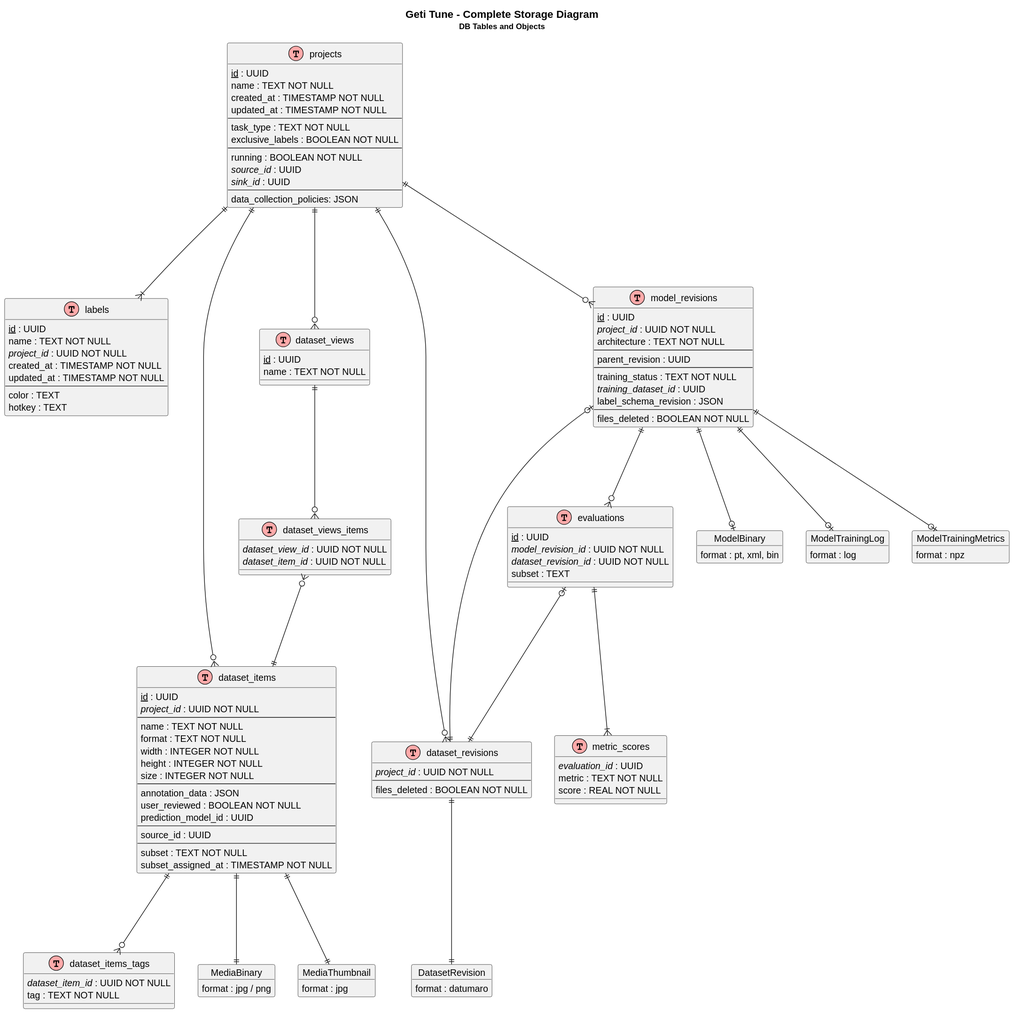
The PlantUML diagram docs/geti_tune/media/storage/full.svg in open-edge-platform/training_extensions, before a commit. Its diagram source:
```plantuml
@startuml
!define table(x) class x << (T,#FFAAAA) >>
!define pk(x) <u>x</u>
!define fk(x) <i>x</i>

title
<size:16><b>Geti Tune - Complete Storage Diagram</b></size>
<size:12>DB Tables and Objects</size>
end title


table(projects) {
  pk(id) : UUID
  name : TEXT NOT NULL
  created_at : TIMESTAMP NOT NULL
  updated_at : TIMESTAMP NOT NULL
  --
  task_type : TEXT NOT NULL
  exclusive_labels : BOOLEAN NOT NULL
  --
  running : BOOLEAN NOT NULL
  fk(source_id) : UUID
  fk(sink_id) : UUID
  --
  data_collection_policies: JSON
}

table(labels) {
  pk(id) : UUID
  name : TEXT NOT NULL
  fk(project_id) : UUID NOT NULL
  created_at : TIMESTAMP NOT NULL
  updated_at : TIMESTAMP NOT NULL
  ---
  color : TEXT
  hotkey : TEXT
}

table(dataset_items) {
  pk(id) : UUID
  fk(project_id) : UUID NOT NULL
  --
  name : TEXT NOT NULL
  format : TEXT NOT NULL
  width : INTEGER NOT NULL
  height : INTEGER NOT NULL
  size : INTEGER NOT NULL
  --
  annotation_data : JSON
  user_reviewed : BOOLEAN NOT NULL
  prediction_model_id : UUID
  --
  source_id : UUID
  --
  subset : TEXT NOT NULL
  subset_assigned_at : TIMESTAMP NOT NULL
}

table(dataset_items_tags) {
  fk(dataset_item_id) : UUID NOT NULL
  tag : TEXT NOT NULL
}

table(dataset_views) {
  pk(id) : UUID
  name : TEXT NOT NULL
}

table(dataset_views_items) {
  fk(dataset_view_id) : UUID NOT NULL
  fk(dataset_item_id) : UUID NOT NULL
}

table(dataset_revisions) {
  fk(project_id) : UUID NOT NULL
  --
  files_deleted : BOOLEAN NOT NULL
}

table(model_revisions) {
  pk(id) : UUID
  fk(project_id) : UUID NOT NULL
  architecture : TEXT NOT NULL
  --
  parent_revision : UUID
  --
  training_status : TEXT NOT NULL
  fk(training_dataset_id) : UUID
  label_schema_revision : JSON
  --
  files_deleted : BOOLEAN NOT NULL
}

table(evaluations) {
  pk(id) : UUID
  fk(model_revision_id) : UUID NOT NULL
  fk(dataset_revision_id) : UUID NOT NULL
  subset : TEXT
}

table(metric_scores) {
  fk(evaluation_id) : UUID
  metric : TEXT NOT NULL
  score : REAL NOT NULL
}


object MediaBinary {
  format : jpg / png
}

object MediaThumbnail {
  format : jpg
}

object ModelBinary {
  format : pt, xml, bin
}

object DatasetRevision {
  format : datumaro
}

object ModelTrainingLog {
  format : log
}

object ModelTrainingMetrics {
  format : npz
}

projects ||---|{ labels
projects ||---o{ dataset_items
projects ||---o{ dataset_views
projects ||---o{ dataset_revisions
projects ||---o{ model_revisions

dataset_items ||---o{ dataset_items_tags
dataset_views ||---o{ dataset_views_items
dataset_views_items }o---|| dataset_items

model_revisions |o---|| dataset_revisions
model_revisions ||---o{ evaluations
evaluations ||---|{ metric_scores
evaluations |o---|| dataset_revisions

dataset_items ||---|| MediaBinary
dataset_items ||---|| MediaThumbnail
dataset_revisions ||---|| DatasetRevision
model_revisions ||---o| ModelBinary
model_revisions ||---o| ModelTrainingLog
model_revisions ||---o| ModelTrainingMetrics
@enduml
```
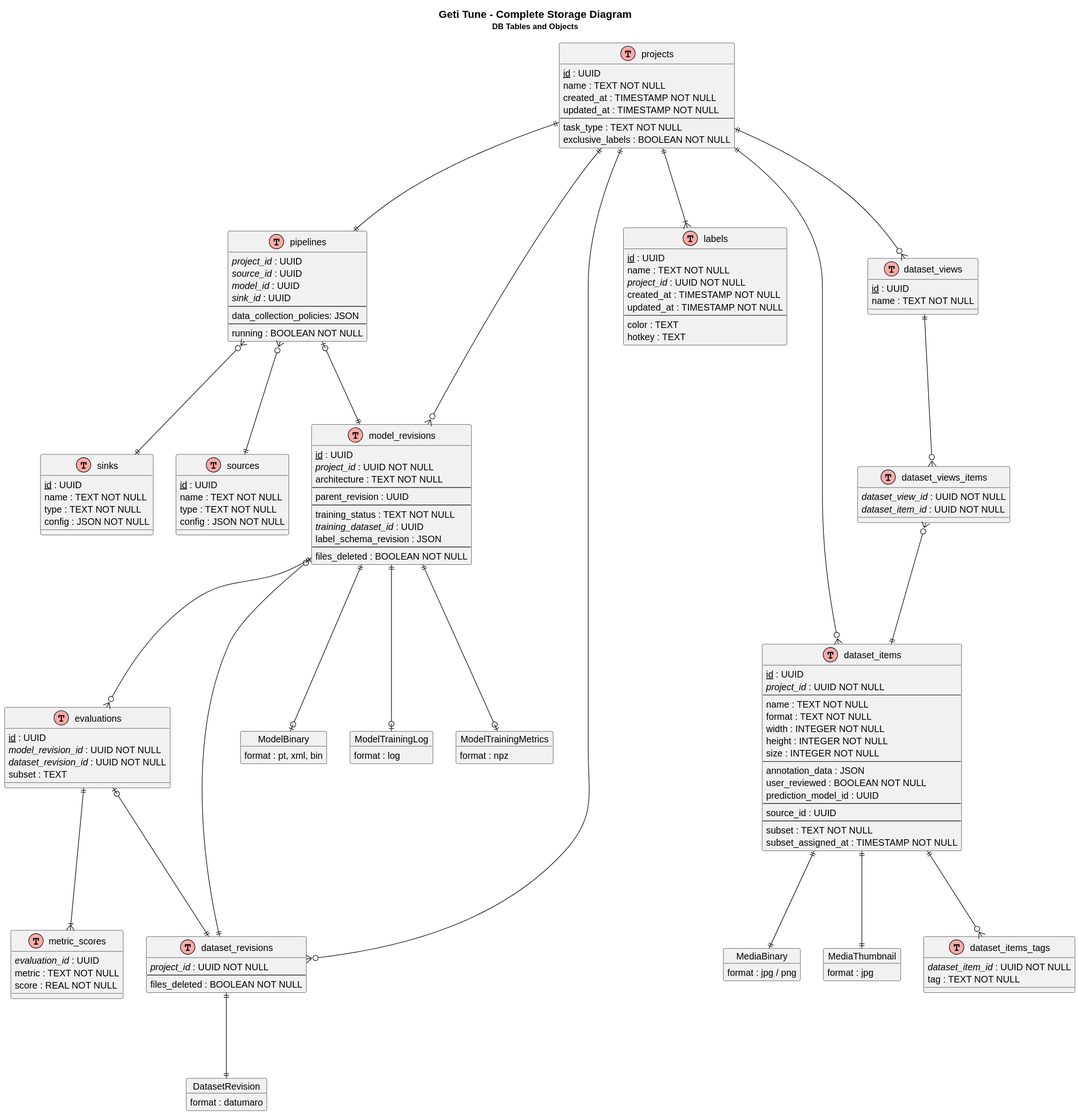
Above is the later version.

Commit message:
add missing 'sources' and 'sinks' tables

split pipeline info to separate table

What changed in the source:
```diff
@@ -9,6 +9,20 @@
 end title
 
 
+table(sources) {
+  pk(id) : UUID
+  name : TEXT NOT NULL
+  type : TEXT NOT NULL
+  config : JSON NOT NULL
+}
+
+table(sinks) {
+  pk(id) : UUID
+  name : TEXT NOT NULL
+  type : TEXT NOT NULL
+  config : JSON NOT NULL
+}
+
 table(projects) {
   pk(id) : UUID
   name : TEXT NOT NULL
@@ -17,12 +31,17 @@
   --
   task_type : TEXT NOT NULL
   exclusive_labels : BOOLEAN NOT NULL
-  --
-  running : BOOLEAN NOT NULL
+}
+
+table(pipelines) {
+  fk(project_id) : UUID
   fk(source_id) : UUID
+  fk(model_id) : UUID
   fk(sink_id) : UUID
   --
   data_collection_policies: JSON
+  --
+  running : BOOLEAN NOT NULL
 }
 
 table(labels) {
@@ -133,7 +152,12 @@
 projects ||---o{ dataset_items
 projects ||---o{ dataset_views
 projects ||---o{ dataset_revisions
+projects ||---|| pipelines
 projects ||---o{ model_revisions
+
+pipelines }o---|| sources
+pipelines }o---|| sinks
+pipelines |o---|| model_revisions
 
 dataset_items ||---o{ dataset_items_tags
 dataset_views ||---o{ dataset_views_items
```
